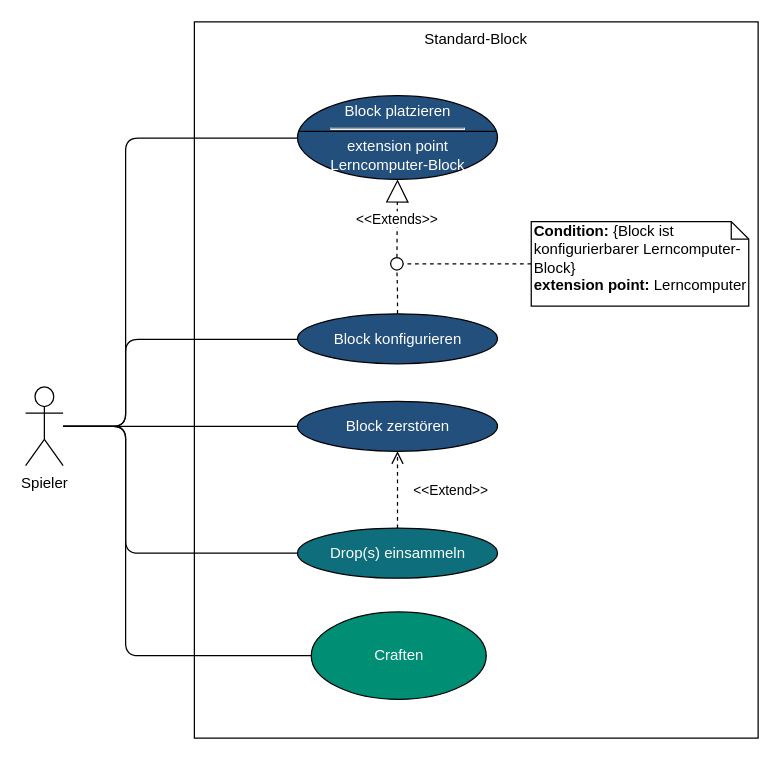
Before: Standard_Minecraft-Block.drawio in LundiNord/RISCJ-Diagramms, a draw.io diagram. Source tidied: cells renumbered, new cells numbered last; positions are measured from the earlier drawing's top-left corner, leaving out a move shared by most shapes. Both pictures are drawn from the tidied source at 125%, with x=0, y=0 at pixel (25, 21).
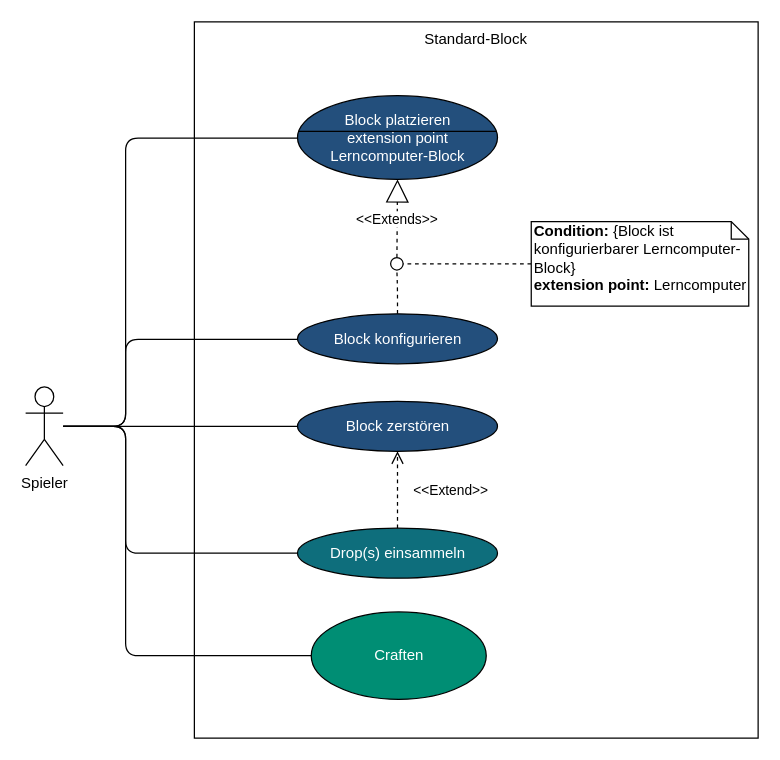
Above is the later version.

The edit, as a diff of the source:
```diff
@@
-    <mxCell id="3" value="Block platzieren&lt;hr&gt;extension point&lt;br&gt;Lerncomputer-Block" style="ellipse;whiteSpace=wrap;html=1;fillColor=#234f7c;fontColor=#FFFFFF;" parent="1" vertex="1">
+    <mxCell id="3" value="Block platzieren&lt;br&gt;extension point&lt;br&gt;Lerncomputer-Block" style="ellipse;whiteSpace=wrap;html=1;fillColor=#234f7c;fontColor=#FFFFFF;" parent="1" vertex="1">
       <mxGeometry x="217.5" y="59" width="160" height="67" as="geometry" />
     </mxCell>
```
